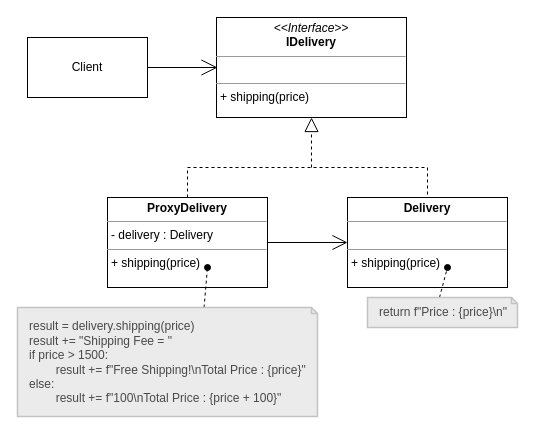
The draw.io diagram page "หน้า-3" (3 of 3) of Project/structural/Proxy/Proxy.drawio in pang1217/Pattern-and-Software-Design, before the edit. Source tidied: cells renumbered, new cells numbered last; positions are measured from the earlier drawing's top-left corner, leaving out a move shared by most shapes. Both pictures are drawn from the tidied source at 100%, with x=0, y=0 at pixel (17, 17).
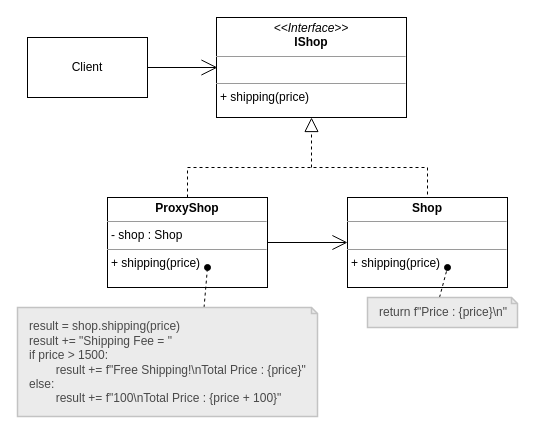
Above is the later version.

Change to the diagram source:
```diff
@@
 <mxGraphModel>
   <root>
     <mxCell id="0" />
     <mxCell id="1" parent="0" />
-    <mxCell id="2" value="&lt;p style=&quot;margin:0px;margin-top:4px;text-align:center;&quot;&gt;&lt;i&gt;&amp;lt;&amp;lt;Interface&amp;gt;&amp;gt;&lt;/i&gt;&lt;br&gt;&lt;b&gt;IDelivery&lt;/b&gt;&lt;/p&gt;&lt;hr size=&quot;1&quot;&gt;&lt;p style=&quot;margin:0px;margin-left:4px;&quot;&gt;&lt;br&gt;&lt;/p&gt;&lt;hr size=&quot;1&quot;&gt;&lt;p style=&quot;margin:0px;margin-left:4px;&quot;&gt;+ shipping(price)&lt;/p&gt;" style="verticalAlign=top;align=left;overflow=fill;fontSize=12;fontFamily=Helvetica;html=1;whiteSpace=wrap;" parent="1" vertex="1">
+    <mxCell id="2" value="&lt;p style=&quot;margin:0px;margin-top:4px;text-align:center;&quot;&gt;&lt;i&gt;&amp;lt;&amp;lt;Interface&amp;gt;&amp;gt;&lt;/i&gt;&lt;br&gt;&lt;b&gt;IShop&lt;/b&gt;&lt;/p&gt;&lt;hr size=&quot;1&quot;&gt;&lt;p style=&quot;margin:0px;margin-left:4px;&quot;&gt;&lt;br&gt;&lt;/p&gt;&lt;hr size=&quot;1&quot;&gt;&lt;p style=&quot;margin:0px;margin-left:4px;&quot;&gt;+ shipping(price)&lt;/p&gt;" style="verticalAlign=top;align=left;overflow=fill;fontSize=12;fontFamily=Helvetica;html=1;whiteSpace=wrap;" parent="1" vertex="1">
       <mxGeometry x="199" width="190" height="100" as="geometry" />
     </mxCell>
-    <mxCell id="3" value="&lt;p style=&quot;margin:0px;margin-top:4px;text-align:center;&quot;&gt;&lt;b&gt;Delivery&lt;/b&gt;&lt;/p&gt;&lt;hr size=&quot;1&quot;&gt;&lt;p style=&quot;margin:0px;margin-left:4px;&quot;&gt;&lt;br&gt;&lt;/p&gt;&lt;hr size=&quot;1&quot;&gt;&lt;p style=&quot;margin:0px;margin-left:4px;&quot;&gt;+ shipping(price)&lt;/p&gt;" style="verticalAlign=top;align=left;overflow=fill;fontSize=12;fontFamily=Helvetica;html=1;whiteSpace=wrap;" parent="1" vertex="1">
+    <mxCell id="3" value="&lt;p style=&quot;margin:0px;margin-top:4px;text-align:center;&quot;&gt;&lt;b&gt;Shop&lt;/b&gt;&lt;/p&gt;&lt;hr size=&quot;1&quot;&gt;&lt;p style=&quot;margin:0px;margin-left:4px;&quot;&gt;&lt;br&gt;&lt;/p&gt;&lt;hr size=&quot;1&quot;&gt;&lt;p style=&quot;margin:0px;margin-left:4px;&quot;&gt;+ shipping(price)&lt;/p&gt;" style="verticalAlign=top;align=left;overflow=fill;fontSize=12;fontFamily=Helvetica;html=1;whiteSpace=wrap;" parent="1" vertex="1">
       <mxGeometry x="330" y="180" width="160" height="90" as="geometry" />
     </mxCell>
-    <mxCell id="4" value="&lt;p style=&quot;margin:0px;margin-top:4px;text-align:center;&quot;&gt;&lt;b&gt;ProxyDelivery&lt;/b&gt;&lt;/p&gt;&lt;hr size=&quot;1&quot;&gt;&lt;p style=&quot;margin:0px;margin-left:4px;&quot;&gt;- delivery : Delivery&lt;/p&gt;&lt;hr size=&quot;1&quot;&gt;&lt;p style=&quot;margin:0px;margin-left:4px;&quot;&gt;+ shipping(price)&lt;/p&gt;" style="verticalAlign=top;align=left;overflow=fill;fontSize=12;fontFamily=Helvetica;html=1;whiteSpace=wrap;" parent="1" vertex="1">
+    <mxCell id="4" value="&lt;p style=&quot;margin:0px;margin-top:4px;text-align:center;&quot;&gt;&lt;b&gt;ProxyShop&lt;/b&gt;&lt;/p&gt;&lt;hr size=&quot;1&quot;&gt;&lt;p style=&quot;margin:0px;margin-left:4px;&quot;&gt;- shop : Shop&lt;/p&gt;&lt;hr size=&quot;1&quot;&gt;&lt;p style=&quot;margin:0px;margin-left:4px;&quot;&gt;+ shipping(price)&lt;/p&gt;" style="verticalAlign=top;align=left;overflow=fill;fontSize=12;fontFamily=Helvetica;html=1;whiteSpace=wrap;" parent="1" vertex="1">
       <mxGeometry x="90" y="180" width="160" height="90" as="geometry" />
     </mxCell>
     <mxCell id="5" style="endArrow=block;dashed=1;endFill=0;endSize=12;html=1;rounded=0;entryX=0.5;entryY=1;entryDx=0;entryDy=0;" parent="1" edge="1" target="2">
       <mxGeometry relative="1" as="geometry">
         <mxPoint x="294" y="150" as="sourcePoint" />
       </mxGeometry>
     </mxCell>
     <mxCell id="6" style="endArrow=none;dashed=1;html=1;rounded=0;exitX=0.5;exitY=0;exitDx=0;exitDy=0;entryX=0.5;entryY=0;entryDx=0;entryDy=0;" parent="1" edge="1" source="4" target="3">
       <mxGeometry relative="1" as="geometry">
         <Array as="points">
           <mxPoint x="170" y="150" />
           <mxPoint x="410" y="150" />
         </Array>
       </mxGeometry>
     </mxCell>
     <mxCell id="7" style="endArrow=open;html=1;rounded=0;exitX=1;exitY=0.5;exitDx=0;exitDy=0;entryX=0;entryY=0.5;entryDx=0;entryDy=0;endFill=0;endSize=13;" parent="1" edge="1" source="4" target="3">
       <mxGeometry relative="1" as="geometry" />
     </mxCell>
     <mxCell id="8" style="endArrow=oval;dashed=1;html=1;rounded=0;exitX=0;exitY=0;exitDx=185;exitDy=18;exitPerimeter=0;endFill=1;" parent="1" edge="1" source="9">
       <mxGeometry relative="1" as="geometry">
         <mxPoint x="190" y="250" as="targetPoint" />
       </mxGeometry>
     </mxCell>
-    <mxCell id="9" value="&lt;font color=&quot;#494949&quot;&gt;&lt;div&gt;result = delivery.shipping(price)&lt;/div&gt;&lt;div&gt;result += &quot;Shipping Fee = &quot;&lt;/div&gt;&lt;div&gt;if price &amp;gt; 1500:&lt;/div&gt;&lt;div&gt;&lt;span style=&quot;white-space: pre;&quot;&gt;&#9;&lt;/span&gt;result += f&quot;Free Shipping!\nTotal Price : {price}&quot;&lt;/div&gt;&lt;div&gt;else:&lt;/div&gt;&lt;div&gt;&lt;span style=&quot;white-space: pre;&quot;&gt;&#9;&lt;/span&gt;result += f&quot;100\nTotal Price : {price + 100}&quot;&lt;/div&gt;&lt;/font&gt;" style="shape=note;size=6;align=left;spacingLeft=10;html=1;whiteSpace=wrap;strokeWidth=1.5;strokeColor=#C3C3C3;gradientColor=none;fillColor=#EBEBEB;" parent="1" vertex="1">
+    <mxCell id="9" value="&lt;font color=&quot;#494949&quot;&gt;&lt;div&gt;result = shop.shipping(price)&lt;/div&gt;&lt;div&gt;result += &quot;Shipping Fee = &quot;&lt;/div&gt;&lt;div&gt;if price &amp;gt; 1500:&lt;/div&gt;&lt;div&gt;&lt;span style=&quot;white-space: pre;&quot;&gt;&#9;&lt;/span&gt;result += f&quot;Free Shipping!\nTotal Price : {price}&quot;&lt;/div&gt;&lt;div&gt;else:&lt;/div&gt;&lt;div&gt;&lt;span style=&quot;white-space: pre;&quot;&gt;&#9;&lt;/span&gt;result += f&quot;100\nTotal Price : {price + 100}&quot;&lt;/div&gt;&lt;/font&gt;" style="shape=note;size=6;align=left;spacingLeft=10;html=1;whiteSpace=wrap;strokeWidth=1.5;strokeColor=#C3C3C3;gradientColor=none;fillColor=#EBEBEB;" parent="1" vertex="1">
       <mxGeometry y="290" width="300" height="109" as="geometry" />
     </mxCell>
     <mxCell id="10" style="endArrow=oval;dashed=1;html=1;rounded=0;exitX=0;exitY=0;exitDx=72;exitDy=0;exitPerimeter=0;endFill=1;" parent="1" edge="1" source="11">
       <mxGeometry relative="1" as="geometry">
         <mxPoint x="430" y="250" as="targetPoint" />
       </mxGeometry>
     </mxCell>
     <mxCell id="11" value="&lt;font color=&quot;#494949&quot;&gt;return f&quot;Price : {price}\n&quot;&lt;br&gt;&lt;/font&gt;" style="shape=note;size=6;align=left;spacingLeft=10;html=1;whiteSpace=wrap;strokeWidth=1.5;strokeColor=#C3C3C3;gradientColor=none;fillColor=#EBEBEB;" parent="1" vertex="1">
       <mxGeometry x="350" y="280" width="150" height="30" as="geometry" />
     </mxCell>
     <mxCell id="12" value="Client" style="rounded=0;whiteSpace=wrap;html=1;" parent="1" vertex="1">
       <mxGeometry x="10" y="20" width="120" height="60" as="geometry" />
     </mxCell>
     <mxCell id="13" style="endArrow=open;html=1;rounded=0;exitX=1;exitY=0.5;exitDx=0;exitDy=0;endFill=0;startSize=10;endSize=14;" parent="1" edge="1" source="12">
       <mxGeometry relative="1" as="geometry">
         <mxPoint x="200" y="50" as="targetPoint" />
       </mxGeometry>
     </mxCell>
   </root>
 </mxGraphModel>
```
